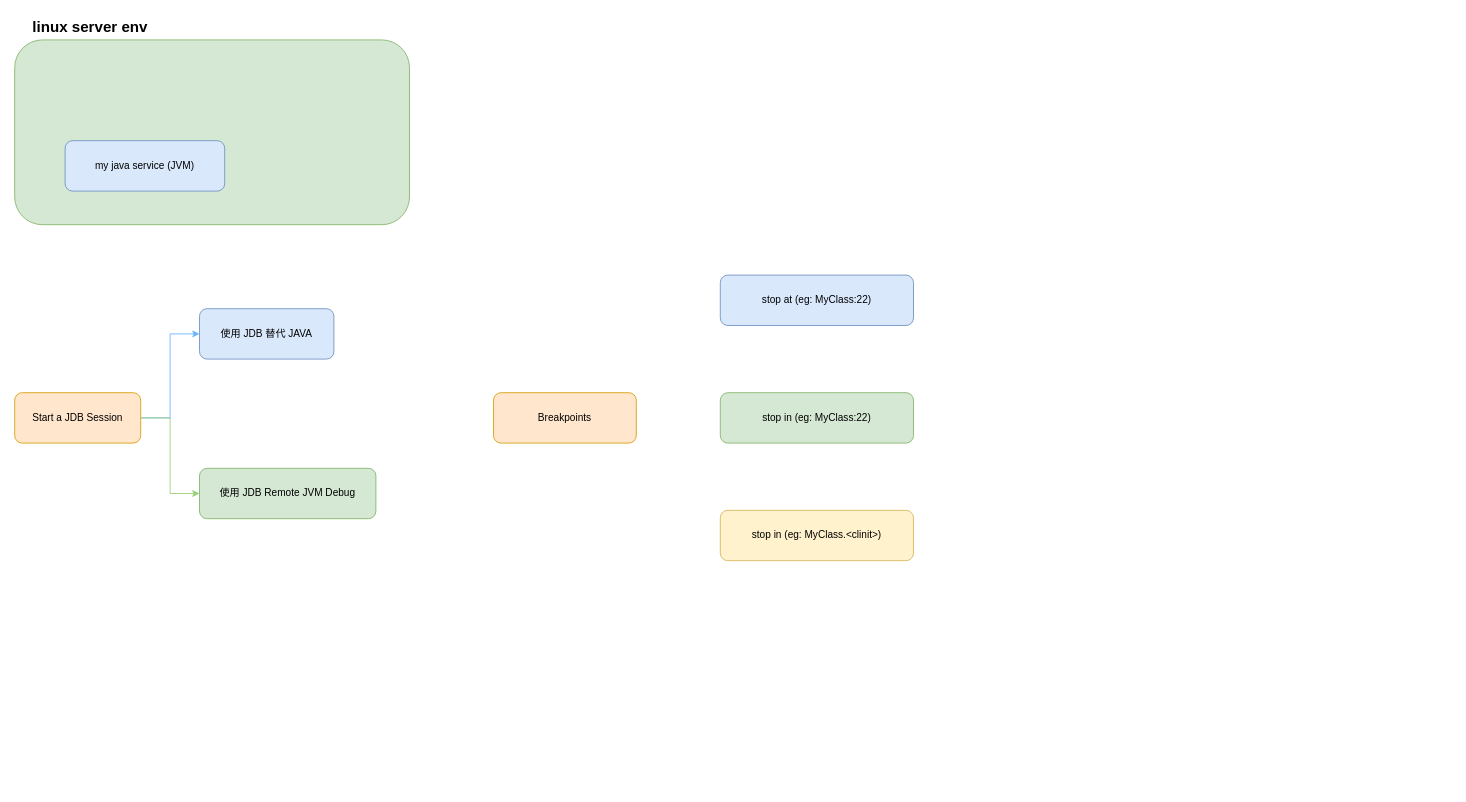
Earlier version of the draw.io diagram Drawio/Java jdb.drawio (xinzhuxiansheng/blog-notes). Source tidied: cells renumbered, new cells numbered last; positions are measured from the earlier drawing's top-left corner, leaving out a move shared by most shapes. Both pictures are drawn from the tidied source at 84%, with x=0, y=0 at pixel (14, 14).
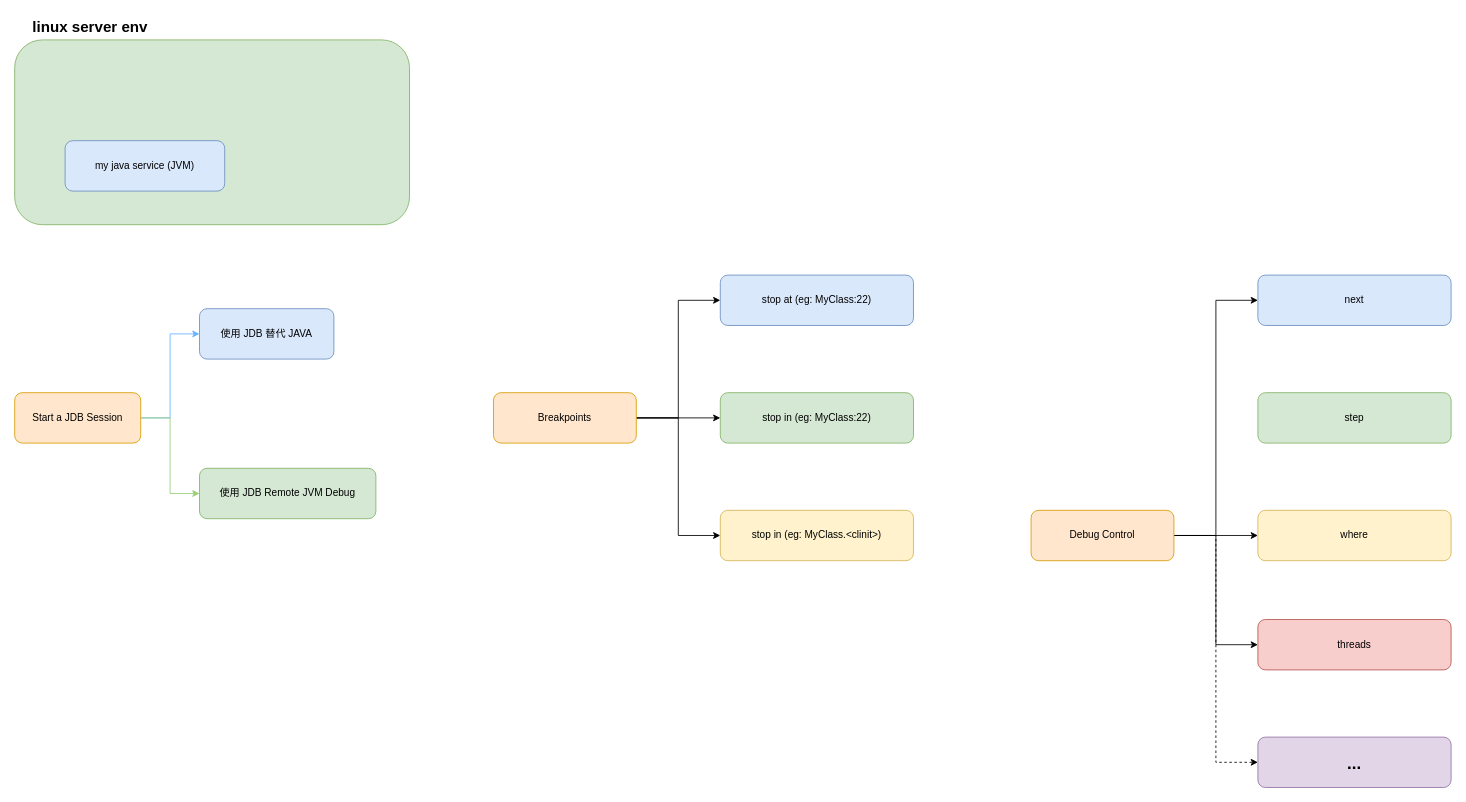
After the change.

The change refers to these unchanged cells:
```xml
<mxCell id="10" value="Breakpoints" style="rounded=1;whiteSpace=wrap;html=1;fillColor=#ffe6cc;strokeColor=#d79b00;" parent="1" vertex="1">
  <mxGeometry x="570" y="450" width="170" height="60" as="geometry" />
</mxCell>
<mxCell id="11" value="stop at (eg: MyClass:22)" style="rounded=1;whiteSpace=wrap;html=1;fillColor=#dae8fc;strokeColor=#6c8ebf;" parent="1" vertex="1">
  <mxGeometry x="840" y="310" width="230" height="60" as="geometry" />
</mxCell>
<mxCell id="12" value="stop in (eg: MyClass:22)" style="rounded=1;whiteSpace=wrap;html=1;fillColor=#d5e8d4;strokeColor=#82b366;" parent="1" vertex="1">
  <mxGeometry x="840" y="450" width="230" height="60" as="geometry" />
</mxCell>
<mxCell id="13" value="stop in (eg: MyClass.&amp;lt;clinit&amp;gt;)" style="rounded=1;whiteSpace=wrap;html=1;fillColor=#fff2cc;strokeColor=#d6b656;" parent="1" vertex="1">
  <mxGeometry x="840" y="590" width="230" height="60" as="geometry" />
</mxCell>
```

The edit, as a diff of the source:
```diff
@@
+    <mxCell id="14" style="edgeStyle=orthogonalEdgeStyle;rounded=0;jettySize=auto;html=1;entryX=0;entryY=0.5;entryDx=0;entryDy=0;" parent="1" edge="1" source="10" target="11">
+      <mxGeometry relative="1" as="geometry" />
+    </mxCell>
+    <mxCell id="15" style="edgeStyle=orthogonalEdgeStyle;rounded=0;jettySize=auto;html=1;" parent="1" edge="1" source="10" target="12">
+      <mxGeometry relative="1" as="geometry" />
+    </mxCell>
+    <mxCell id="16" style="edgeStyle=orthogonalEdgeStyle;rounded=0;jettySize=auto;html=1;entryX=0;entryY=0.5;entryDx=0;entryDy=0;" parent="1" edge="1" source="10" target="13">
+      <mxGeometry relative="1" as="geometry" />
+    </mxCell>
@@
+    <mxCell id="17" style="edgeStyle=orthogonalEdgeStyle;rounded=0;jettySize=auto;html=1;entryX=0;entryY=0.5;entryDx=0;entryDy=0;" parent="1" edge="1" source="21" target="22">
+      <mxGeometry relative="1" as="geometry" />
+    </mxCell>
+    <mxCell id="18" style="edgeStyle=orthogonalEdgeStyle;rounded=0;jettySize=auto;html=1;entryX=0;entryY=0.5;entryDx=0;entryDy=0;" parent="1" edge="1" source="21" target="24">
+      <mxGeometry relative="1" as="geometry" />
+    </mxCell>
+    <mxCell id="19" style="edgeStyle=orthogonalEdgeStyle;rounded=0;jettySize=auto;html=1;entryX=0;entryY=0.5;entryDx=0;entryDy=0;" parent="1" edge="1" source="21" target="25">
+      <mxGeometry relative="1" as="geometry" />
+    </mxCell>
+    <mxCell id="20" style="edgeStyle=orthogonalEdgeStyle;rounded=0;jettySize=auto;html=1;entryX=0;entryY=0.5;entryDx=0;entryDy=0;dashed=1;" parent="1" edge="1" source="21" target="26">
+      <mxGeometry relative="1" as="geometry" />
+    </mxCell>
+    <mxCell id="21" value="Debug Control" style="rounded=1;whiteSpace=wrap;html=1;fillColor=#ffe6cc;strokeColor=#d79b00;" parent="1" vertex="1">
+      <mxGeometry x="1210" y="590" width="170" height="60" as="geometry" />
+    </mxCell>
+    <mxCell id="22" value="next" style="rounded=1;whiteSpace=wrap;html=1;fillColor=#dae8fc;strokeColor=#6c8ebf;" parent="1" vertex="1">
+      <mxGeometry x="1480" y="310" width="230" height="60" as="geometry" />
+    </mxCell>
+    <mxCell id="23" value="step" style="rounded=1;whiteSpace=wrap;html=1;fillColor=#d5e8d4;strokeColor=#82b366;" parent="1" vertex="1">
+      <mxGeometry x="1480" y="450" width="230" height="60" as="geometry" />
+    </mxCell>
+    <mxCell id="24" value="where" style="rounded=1;whiteSpace=wrap;html=1;fillColor=#fff2cc;strokeColor=#d6b656;" parent="1" vertex="1">
+      <mxGeometry x="1480" y="590" width="230" height="60" as="geometry" />
+    </mxCell>
+    <mxCell id="25" value="threads" style="rounded=1;whiteSpace=wrap;html=1;fillColor=#f8cecc;strokeColor=#b85450;" parent="1" vertex="1">
+      <mxGeometry x="1480" y="720" width="230" height="60" as="geometry" />
+    </mxCell>
+    <mxCell id="26" value="&lt;font style=&quot;font-size: 20px;&quot;&gt;&lt;b&gt;...&lt;/b&gt;&lt;/font&gt;" style="rounded=1;whiteSpace=wrap;html=1;fillColor=#e1d5e7;strokeColor=#9673a6;fontSize=15;" parent="1" vertex="1">
+      <mxGeometry x="1480" y="860" width="230" height="60" as="geometry" />
+    </mxCell>
```
